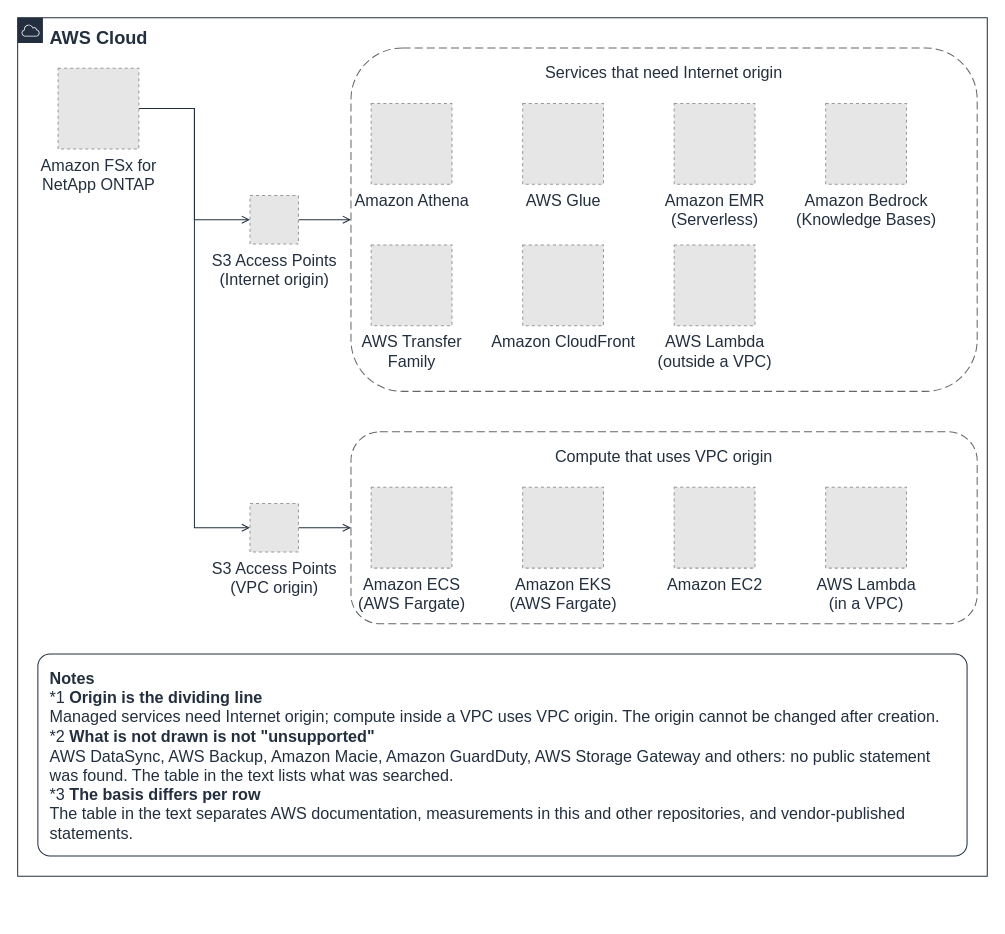
Before: docs/_assets/diagrams/s3ap-consumer-map-en.drawio in Yoshiki0705/FSx-for-ONTAP-Container-Datastore-Patterns, a draw.io diagram. Source tidied: cells renumbered, new cells numbered last; positions are measured from the earlier drawing's top-left corner, leaving out a move shared by most shapes. Both pictures are drawn from the tidied source at 101%, with x=0, y=0 at pixel (17, 17). Pictures stored in the file or linked from it are replaced by grey dashed boxes.
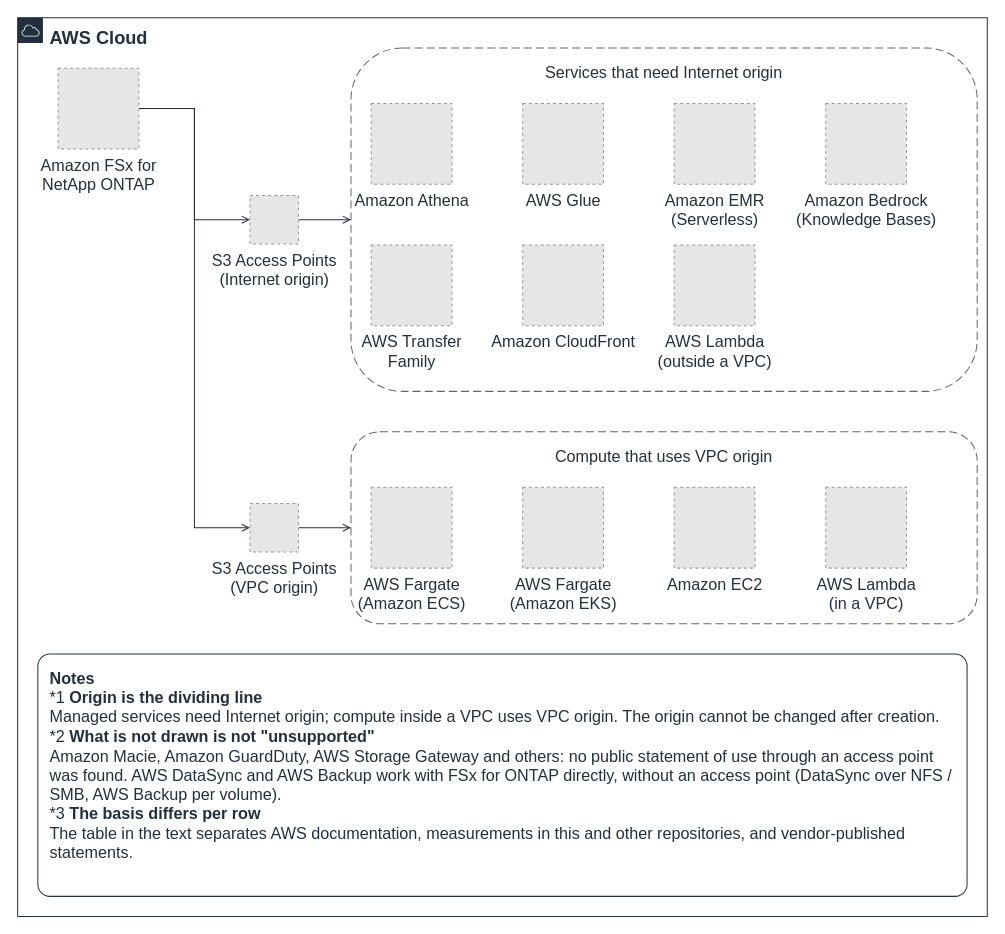
The same diagram, later.

Diff of the diagram source:
```diff
@@
     <mxCell id="6" value="AWS Cloud" style="gradientColor=none;html=1;whiteSpace=wrap;fontSize=18;fontStyle=1;fontColor=#232F3E;shape=mxgraph.aws4.group;grIcon=mxgraph.aws4.group_aws_cloud;strokeColor=#232F3E;fillColor=none;verticalAlign=top;align=left;spacingLeft=30;spacingTop=4;dashed=0;labelBackgroundColor=#FFFFFF;" parent="1" vertex="1">
-      <mxGeometry width="960" height="850" as="geometry" />
+      <mxGeometry width="960" height="890" as="geometry" />
     </mxCell>
@@
-    <mxCell id="9" value="&lt;b&gt;Notes&lt;/b&gt;&lt;br&gt;*1 &lt;b&gt;Origin is the dividing line&lt;/b&gt;&lt;br&gt;Managed services need Internet origin; compute inside a VPC uses VPC origin. The origin cannot be changed after creation.&lt;br&gt;*2 &lt;b&gt;What is not drawn is not &quot;unsupported&quot;&lt;/b&gt;&lt;br&gt;AWS DataSync, AWS Backup, Amazon Macie, Amazon GuardDuty, AWS Storage Gateway and others: no public statement was found. The table in the text lists what was searched.&lt;br&gt;*3 &lt;b&gt;The basis differs per row&lt;/b&gt;&lt;br&gt;The table in the text separates AWS documentation, measurements in this and other repositories, and vendor-published statements." style="rounded=1;absoluteArcSize=1;arcSize=24;whiteSpace=wrap;html=1;strokeColor=#232F3E;fillColor=none;fontColor=#232F3E;fontSize=16;verticalAlign=top;align=left;spacingLeft=10;spacingRight=10;spacingTop=8;" parent="1" vertex="1">
-      <mxGeometry x="20" y="630" width="920" height="200" as="geometry" />
+    <mxCell id="9" value="&lt;b&gt;Notes&lt;/b&gt;&lt;br&gt;*1 &lt;b&gt;Origin is the dividing line&lt;/b&gt;&lt;br&gt;Managed services need Internet origin; compute inside a VPC uses VPC origin. The origin cannot be changed after creation.&lt;br&gt;*2 &lt;b&gt;What is not drawn is not &quot;unsupported&quot;&lt;/b&gt;&lt;br&gt;Amazon Macie, Amazon GuardDuty, AWS Storage Gateway and others: no public statement of use through an access point was found. AWS DataSync and AWS Backup work with FSx for ONTAP directly, without an access point (DataSync over NFS / SMB, AWS Backup per volume).&lt;br&gt;*3 &lt;b&gt;The basis differs per row&lt;/b&gt;&lt;br&gt;The table in the text separates AWS documentation, measurements in this and other repositories, and vendor-published statements." style="rounded=1;absoluteArcSize=1;arcSize=24;whiteSpace=wrap;html=1;strokeColor=#232F3E;fillColor=none;fontColor=#232F3E;fontSize=16;verticalAlign=top;align=left;spacingLeft=10;spacingRight=10;spacingTop=8;" parent="1" vertex="1">
+      <mxGeometry x="20" y="630" width="920" height="240" as="geometry" />
     </mxCell>
@@
-    <mxCell id="20" value="Amazon ECS&lt;br&gt;(AWS Fargate)" style="fillColor=#E6E6E6;strokeColor=#999999;dashed=1;html=1;verticalLabelPosition=bottom;verticalAlign=top;labelPosition=center;align=center;fontSize=16;fontColor=#232F3E;" parent="1" vertex="1">
+    <mxCell id="20" value="AWS Fargate&lt;br&gt;(Amazon ECS)" style="fillColor=#E6E6E6;strokeColor=#999999;dashed=1;html=1;verticalLabelPosition=bottom;verticalAlign=top;labelPosition=center;align=center;fontSize=16;fontColor=#232F3E;" parent="1" vertex="1">
       <mxGeometry x="350" y="465" width="80" height="80" as="geometry" />
     </mxCell>
-    <mxCell id="21" value="Amazon EKS&lt;br&gt;(AWS Fargate)" style="fillColor=#E6E6E6;strokeColor=#999999;dashed=1;html=1;verticalLabelPosition=bottom;verticalAlign=top;labelPosition=center;align=center;fontSize=16;fontColor=#232F3E;" parent="1" vertex="1">
+    <mxCell id="21" value="AWS Fargate&lt;br&gt;(Amazon EKS)" style="fillColor=#E6E6E6;strokeColor=#999999;dashed=1;html=1;verticalLabelPosition=bottom;verticalAlign=top;labelPosition=center;align=center;fontSize=16;fontColor=#232F3E;" parent="1" vertex="1">
       <mxGeometry x="500" y="465" width="80" height="80" as="geometry" />
     </mxCell>
```
